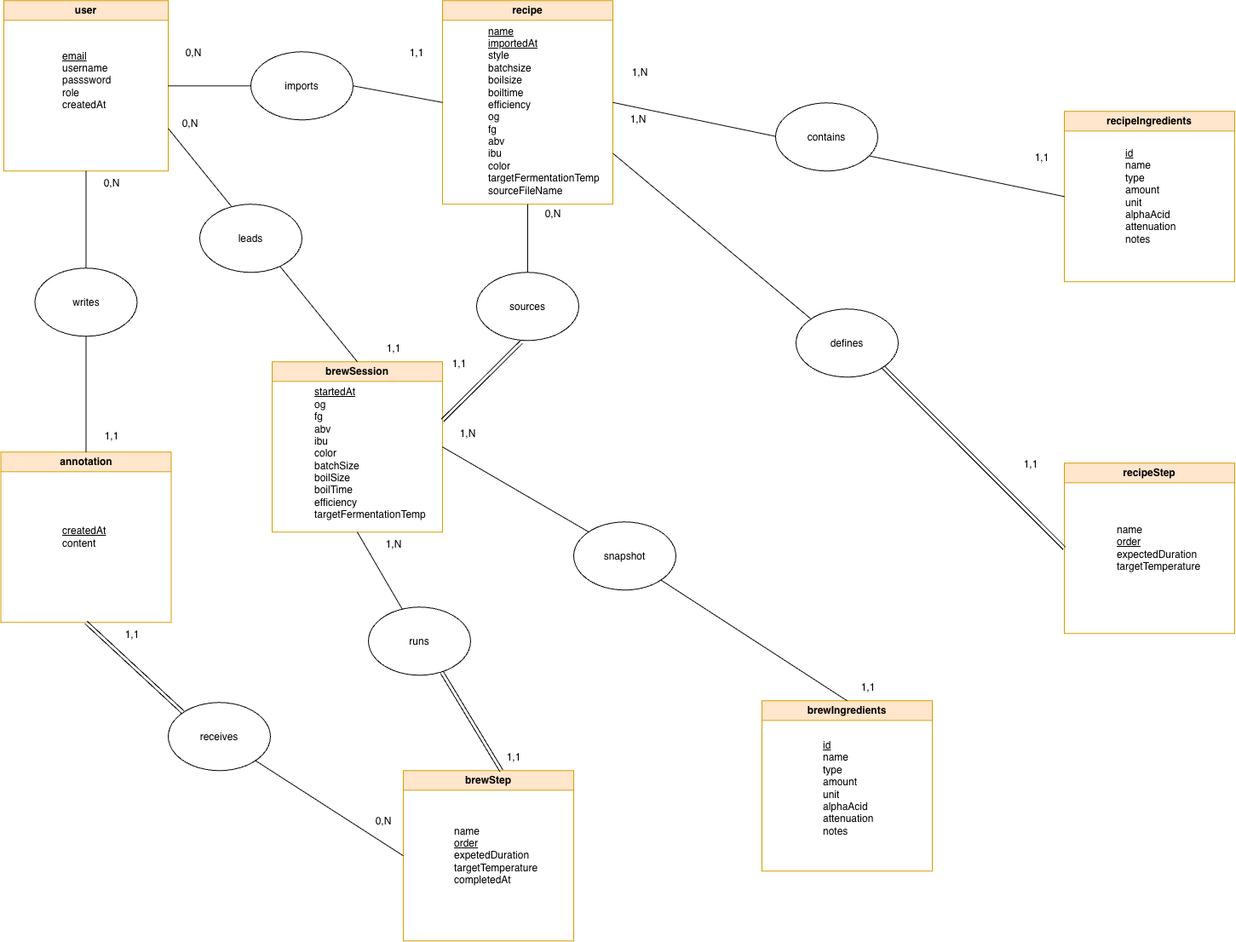
This is docs/diagrams/mcd.png from simplon-alt-dist-p7/micro-saass-simon, a draw.io export, as it was before one commit. Source tidied: cells renumbered, new cells last; positions are measured from the earlier drawing's top-left corner, leaving out a move shared by most shapes.
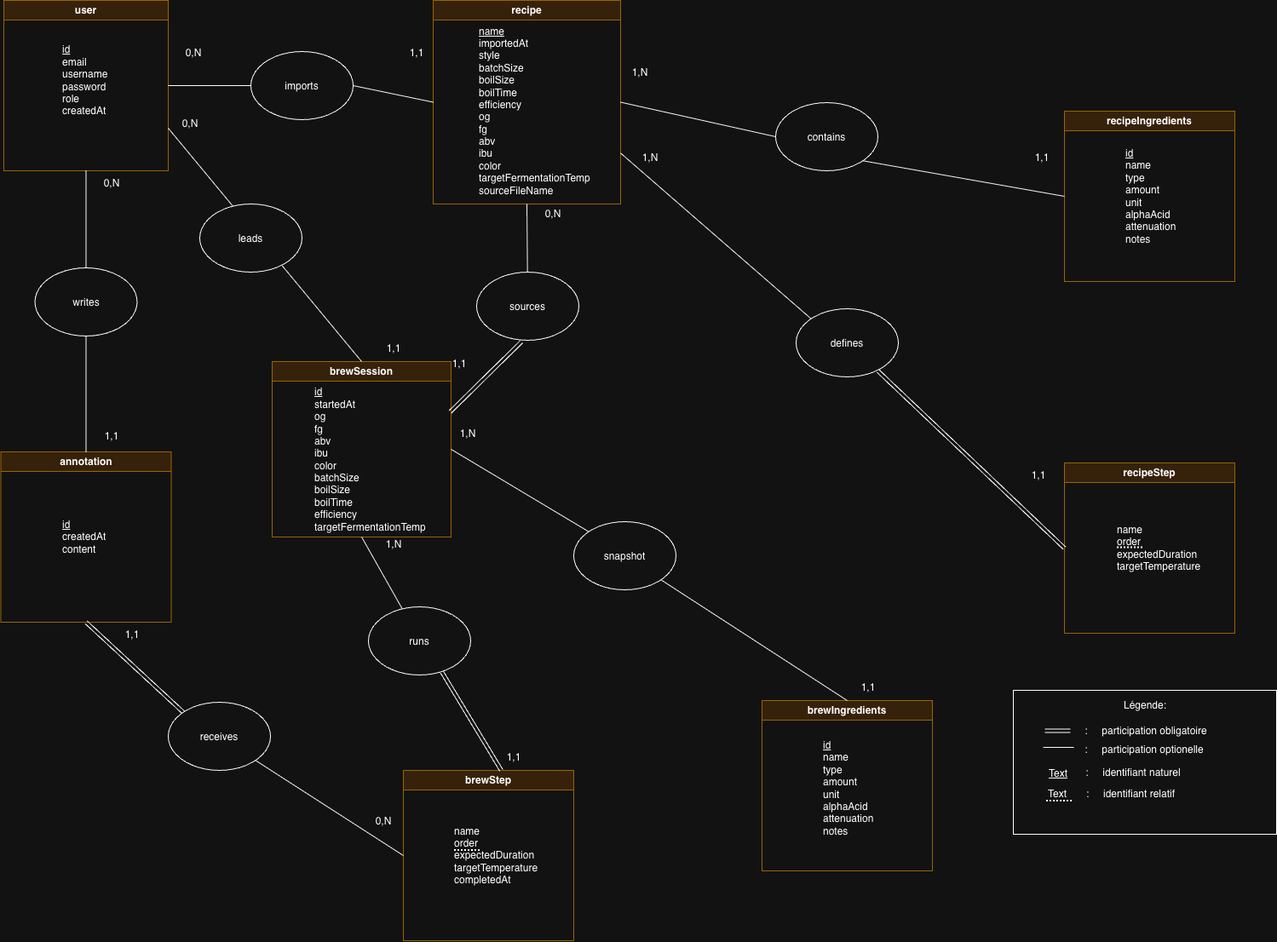
Later version of the same file.

Commit message:
docs: update MCD with identifiers and relative keys

The edit, as a diff of the source:
```diff
@@ -3,17 +3,17 @@
     <mxCell id="0" />
     <mxCell id="1" parent="0" />
     <mxCell id="2" value="recipe" style="swimlane;whiteSpace=wrap;html=1;fillColor=#ffe6cc;strokeColor=#d79b00;" parent="1" vertex="1">
-      <mxGeometry x="519" width="200" height="239" as="geometry" />
+      <mxGeometry x="508" width="220" height="239" as="geometry" />
     </mxCell>
-    <mxCell id="3" value="&lt;u&gt;name&lt;/u&gt;&lt;div&gt;&lt;div&gt;&lt;u&gt;importedAt&lt;/u&gt;&lt;/div&gt;&lt;div&gt;style&lt;/div&gt;&lt;div&gt;batchsize&lt;/div&gt;&lt;div&gt;boilsize&lt;/div&gt;&lt;div&gt;boiltime&lt;/div&gt;&lt;div&gt;efficiency&lt;/div&gt;&lt;div&gt;og&lt;/div&gt;&lt;div&gt;fg&lt;/div&gt;&lt;div&gt;abv&lt;/div&gt;&lt;div&gt;ibu&lt;/div&gt;&lt;div&gt;color&lt;/div&gt;&lt;div&gt;targetFermentationTemp&lt;/div&gt;&lt;div&gt;sourceFileName&lt;/div&gt;&lt;div&gt;&lt;br&gt;&lt;/div&gt;&lt;/div&gt;" style="text;html=1;whiteSpace=wrap;strokeColor=none;fillColor=none;align=left;verticalAlign=middle;rounded=0;" parent="2" vertex="1">
-      <mxGeometry x="52" y="122" width="60" height="30" as="geometry" />
-    </mxCell>
+    <mxCell id="60" value="&lt;u&gt;name&lt;/u&gt;&lt;div&gt;&lt;div&gt;importedAt&lt;/div&gt;&lt;div&gt;style&lt;/div&gt;&lt;div&gt;batchSize&lt;/div&gt;&lt;div&gt;boilSize&lt;/div&gt;&lt;div&gt;boilTime&lt;/div&gt;&lt;div&gt;efficiency&lt;/div&gt;&lt;div&gt;og&lt;/div&gt;&lt;div&gt;fg&lt;/div&gt;&lt;div&gt;abv&lt;/div&gt;&lt;div&gt;ibu&lt;/div&gt;&lt;div&gt;color&lt;/div&gt;&lt;div&gt;targetFermentationTemp&lt;/div&gt;&lt;div&gt;sourceFileName&lt;/div&gt;&lt;div&gt;&lt;br&gt;&lt;/div&gt;&lt;/div&gt;" style="text;html=1;whiteSpace=wrap;strokeColor=none;fillColor=none;align=left;verticalAlign=middle;rounded=0;" parent="2" vertex="1">
+      <mxGeometry x="52" y="122" width="159" height="30" as="geometry" />
+    </mxCell>
     <mxCell id="4" value="user" style="swimlane;whiteSpace=wrap;html=1;fillColor=#ffe6cc;strokeColor=#d79b00;" parent="1" vertex="1">
       <mxGeometry x="4" width="193" height="200" as="geometry" />
     </mxCell>
-    <mxCell id="5" value="&lt;u&gt;email&lt;/u&gt;&lt;div&gt;username&lt;/div&gt;&lt;div&gt;passsword&lt;/div&gt;&lt;div&gt;role&lt;/div&gt;&lt;div style=&quot;&quot;&gt;createdAt&lt;/div&gt;" style="text;html=1;whiteSpace=wrap;strokeColor=none;fillColor=none;align=left;verticalAlign=middle;rounded=0;" parent="4" vertex="1">
-      <mxGeometry x="66.5" y="79" width="60" height="30" as="geometry" />
-    </mxCell>
+    <mxCell id="61" value="&lt;div&gt;&lt;u&gt;id&lt;/u&gt;&lt;/div&gt;email&lt;div&gt;username&lt;/div&gt;&lt;div&gt;password&lt;/div&gt;&lt;div&gt;role&lt;/div&gt;&lt;div style=&quot;&quot;&gt;createdAt&lt;/div&gt;" style="text;html=1;whiteSpace=wrap;strokeColor=none;fillColor=none;align=left;verticalAlign=middle;rounded=0;" parent="4" vertex="1">
+      <mxGeometry x="66.5" y="79" width="60" height="30" as="geometry" />
+    </mxCell>
     <mxCell id="6" value="recipeIngredients" style="swimlane;whiteSpace=wrap;html=1;startSize=23;fillColor=#ffe6cc;strokeColor=#d79b00;" parent="1" vertex="1">
       <mxGeometry x="1249" y="130" width="200" height="200" as="geometry" />
     </mxCell>
@@ -23,27 +23,39 @@
     <mxCell id="8" value="recipeStep" style="swimlane;whiteSpace=wrap;html=1;startSize=23;fillColor=#ffe6cc;strokeColor=#d79b00;" parent="1" vertex="1">
       <mxGeometry x="1249" y="543" width="200" height="200" as="geometry" />
     </mxCell>
-    <mxCell id="9" value="&lt;div&gt;name&lt;/div&gt;&lt;u&gt;order&lt;/u&gt;&lt;div&gt;&lt;span style=&quot;background-color: transparent; color: light-dark(rgb(0, 0, 0), rgb(255, 255, 255));&quot;&gt;expectedDuration&lt;/span&gt;&lt;/div&gt;&lt;div&gt;targetTemperature&lt;/div&gt;" style="text;html=1;whiteSpace=wrap;strokeColor=none;fillColor=none;align=left;verticalAlign=middle;rounded=0;" parent="8" vertex="1">
+    <mxCell id="9" value="&lt;div&gt;name&lt;/div&gt;order&lt;div&gt;&lt;span style=&quot;background-color: transparent; color: light-dark(rgb(0, 0, 0), rgb(255, 255, 255));&quot;&gt;expectedDuration&lt;/span&gt;&lt;/div&gt;&lt;div&gt;targetTemperature&lt;/div&gt;" style="text;html=1;whiteSpace=wrap;strokeColor=none;fillColor=none;align=left;verticalAlign=middle;rounded=0;" parent="8" vertex="1">
       <mxGeometry x="60" y="85" width="60" height="30" as="geometry" />
     </mxCell>
+    <mxCell id="62" style="endArrow=none;dashed=1;html=1;strokeWidth=2;rounded=0;dashPattern=1 1;" parent="8" edge="1">
+      <mxGeometry relative="1" as="geometry">
+        <mxPoint x="62" y="99.5" as="sourcePoint" />
+        <mxPoint x="93" y="99.5" as="targetPoint" />
+      </mxGeometry>
+    </mxCell>
     <mxCell id="10" value="brewSession" style="swimlane;whiteSpace=wrap;html=1;startSize=23;fillColor=#ffe6cc;strokeColor=#d79b00;" parent="1" vertex="1">
-      <mxGeometry x="319" y="424" width="200" height="200" as="geometry" />
+      <mxGeometry x="319" y="424" width="210" height="206" as="geometry" />
     </mxCell>
-    <mxCell id="11" value="&lt;u&gt;startedAt&lt;/u&gt;&lt;div&gt;og&lt;/div&gt;&lt;div&gt;fg&lt;/div&gt;&lt;div&gt;abv&amp;nbsp;&lt;/div&gt;&lt;div&gt;ibu&lt;/div&gt;&lt;div&gt;color&lt;/div&gt;&lt;div&gt;batchSize&lt;/div&gt;&lt;div&gt;boilSize&lt;/div&gt;&lt;div&gt;boilTime&lt;/div&gt;&lt;div&gt;efficiency&lt;/div&gt;&lt;div&gt;targetFermentationTemp&lt;/div&gt;" style="text;html=1;whiteSpace=wrap;strokeColor=none;fillColor=none;align=left;verticalAlign=middle;rounded=0;" parent="10" vertex="1">
-      <mxGeometry x="48" y="93" width="60" height="30" as="geometry" />
-    </mxCell>
+    <mxCell id="63" value="&lt;div&gt;&lt;br&gt;&lt;/div&gt;&lt;div&gt;&lt;u&gt;id&lt;/u&gt;&lt;/div&gt;startedAt&lt;div&gt;og&lt;/div&gt;&lt;div&gt;fg&lt;/div&gt;&lt;div&gt;abv&amp;nbsp;&lt;/div&gt;&lt;div&gt;ibu&lt;/div&gt;&lt;div&gt;color&lt;/div&gt;&lt;div&gt;batchSize&lt;/div&gt;&lt;div&gt;boilSize&lt;/div&gt;&lt;div&gt;boilTime&lt;/div&gt;&lt;div&gt;efficiency&lt;/div&gt;&lt;div&gt;targetFermentationTemp&lt;/div&gt;" style="text;html=1;whiteSpace=wrap;strokeColor=none;fillColor=none;align=left;verticalAlign=middle;rounded=0;" parent="10" vertex="1">
+      <mxGeometry x="48" y="93" width="162" height="30" as="geometry" />
+    </mxCell>
     <mxCell id="12" value="brewStep" style="swimlane;whiteSpace=wrap;html=1;startSize=23;fillColor=#ffe6cc;strokeColor=#d79b00;" parent="1" vertex="1">
       <mxGeometry x="473" y="904" width="200" height="200" as="geometry" />
     </mxCell>
-    <mxCell id="13" value="name&amp;nbsp;&lt;div&gt;&lt;u&gt;order&lt;/u&gt;&lt;div&gt;expetedDuration&lt;/div&gt;&lt;div&gt;targetTemperature&lt;/div&gt;&lt;div&gt;completedAt&lt;/div&gt;&lt;/div&gt;" style="text;html=1;whiteSpace=wrap;strokeColor=none;fillColor=none;align=left;verticalAlign=middle;rounded=0;" parent="12" vertex="1">
-      <mxGeometry x="58" y="85" width="60" height="30" as="geometry" />
-    </mxCell>
+    <mxCell id="64" value="name&amp;nbsp;&lt;div&gt;order&lt;div&gt;expectedDuration&lt;/div&gt;&lt;div&gt;targetTemperature&lt;/div&gt;&lt;div&gt;completedAt&lt;/div&gt;&lt;/div&gt;" style="text;html=1;whiteSpace=wrap;strokeColor=none;fillColor=none;align=left;verticalAlign=middle;rounded=0;" parent="12" vertex="1">
+      <mxGeometry x="58" y="85" width="60" height="30" as="geometry" />
+    </mxCell>
+    <mxCell id="65" style="endArrow=none;dashed=1;html=1;strokeWidth=2;rounded=0;dashPattern=1 1;" parent="12" edge="1">
+      <mxGeometry relative="1" as="geometry">
+        <mxPoint x="60" y="94" as="sourcePoint" />
+        <mxPoint x="91" y="94" as="targetPoint" />
+      </mxGeometry>
+    </mxCell>
     <mxCell id="14" value="annotation" style="swimlane;whiteSpace=wrap;html=1;startSize=23;fillColor=#ffe6cc;strokeColor=#d79b00;" parent="1" vertex="1">
       <mxGeometry x="0.5" y="530" width="200" height="200" as="geometry" />
     </mxCell>
-    <mxCell id="15" value="&lt;div&gt;&lt;br&gt;&lt;/div&gt;&lt;u&gt;createdAt&lt;/u&gt; content&lt;div&gt;&lt;br&gt;&lt;/div&gt;" style="text;html=1;whiteSpace=wrap;strokeColor=none;fillColor=none;align=left;verticalAlign=middle;rounded=0;" parent="14" vertex="1">
-      <mxGeometry x="70" y="85" width="60" height="30" as="geometry" />
-    </mxCell>
+    <mxCell id="66" value="&lt;div&gt;&lt;br&gt;&lt;/div&gt;&lt;div&gt;&lt;u&gt;id&lt;/u&gt;&lt;/div&gt;createdAt content&lt;div&gt;&lt;br&gt;&lt;/div&gt;" style="text;html=1;whiteSpace=wrap;strokeColor=none;fillColor=none;align=left;verticalAlign=middle;rounded=0;" parent="14" vertex="1">
+      <mxGeometry x="70" y="85" width="60" height="30" as="geometry" />
+    </mxCell>
     <mxCell id="16" style="endArrow=none;html=1;rounded=0;exitX=1;exitY=0.5;exitDx=0;exitDy=0;entryX=0;entryY=0.5;entryDx=0;entryDy=0;" parent="1" edge="1" source="24" target="2">
       <mxGeometry relative="1" as="geometry" />
     </mxCell>
@@ -83,9 +95,6 @@
     <mxCell id="28" value="writes" style="ellipse;whiteSpace=wrap;html=1;shapeInside=1;" parent="1" vertex="1">
       <mxGeometry x="40.5" y="314" width="120" height="80" as="geometry" />
     </mxCell>
-    <mxCell id="29" style="endArrow=none;html=1;rounded=0;entryX=0;entryY=0.5;entryDx=0;entryDy=0;exitX=1;exitY=0.5;exitDx=0;exitDy=0;" parent="1" edge="1" source="2" target="6">
-      <mxGeometry relative="1" as="geometry" />
-    </mxCell>
     <mxCell id="30" value="contains" style="ellipse;whiteSpace=wrap;html=1;shapeInside=1;" parent="1" vertex="1">
       <mxGeometry x="910" y="120" width="120" height="80" as="geometry" />
     </mxCell>
@@ -123,10 +132,10 @@
       <mxGeometry x="559" y="319" width="120" height="80" as="geometry" />
     </mxCell>
     <mxCell id="42" value="1,1" style="text;html=1;whiteSpace=wrap;strokeColor=none;fillColor=none;align=center;verticalAlign=middle;rounded=0;" parent="1" vertex="1">
-      <mxGeometry x="1180" y="530" width="60" height="30" as="geometry" />
+      <mxGeometry x="1189" y="543" width="60" height="30" as="geometry" />
     </mxCell>
     <mxCell id="43" value="1,N" style="text;html=1;whiteSpace=wrap;strokeColor=none;fillColor=none;align=center;verticalAlign=middle;rounded=0;" parent="1" vertex="1">
-      <mxGeometry x="719" y="125" width="60" height="30" as="geometry" />
+      <mxGeometry x="733" y="170" width="60" height="30" as="geometry" />
     </mxCell>
     <mxCell id="44" value="0,N" style="text;html=1;whiteSpace=wrap;strokeColor=none;fillColor=none;align=center;verticalAlign=middle;rounded=0;" parent="1" vertex="1">
       <mxGeometry x="619" y="236" width="60" height="30" as="geometry" />
@@ -161,24 +170,69 @@
     <mxCell id="54" style="shape=link;html=1;rounded=0;exitX=0.5;exitY=1;exitDx=0;exitDy=0;entryX=0;entryY=0;entryDx=0;entryDy=0;" parent="1" edge="1" source="14" target="33">
       <mxGeometry relative="1" as="geometry" />
     </mxCell>
-    <mxCell id="55" style="shape=link;html=1;rounded=0;entryX=1;entryY=1;entryDx=0;entryDy=0;exitX=0;exitY=0.5;exitDx=0;exitDy=0;" parent="1" edge="1" source="8" target="40">
+    <mxCell id="55" style="shape=link;html=1;rounded=0;entryX=0.8;entryY=0.912;entryDx=0;entryDy=0;exitX=0;exitY=0.5;exitDx=0;exitDy=0;entryPerimeter=0;" parent="1" edge="1" source="8" target="40">
       <mxGeometry relative="1" as="geometry" />
     </mxCell>
     <mxCell id="56" style="shape=link;html=1;rounded=0;exitX=0.719;exitY=0.958;exitDx=0;exitDy=0;entryX=0.25;entryY=1;entryDx=0;entryDy=0;exitPerimeter=0;" parent="1" edge="1" source="35" target="48">
       <mxGeometry relative="1" as="geometry" />
     </mxCell>
-    <mxCell id="57" style="endArrow=none;html=1;rounded=0;entryX=0.5;entryY=1;entryDx=0;entryDy=0;" parent="1" edge="1" target="10">
-      <mxGeometry relative="1" as="geometry">
-        <mxPoint x="471.5" y="714" as="sourcePoint" />
-      </mxGeometry>
-    </mxCell>
-    <mxCell id="58" style="shape=link;html=1;rounded=0;entryX=0.439;entryY=1.021;entryDx=0;entryDy=0;entryPerimeter=0;" parent="1" edge="1" target="41">
-      <mxGeometry relative="1" as="geometry">
-        <mxPoint x="519" y="492.7" as="sourcePoint" />
-      </mxGeometry>
-    </mxCell>
+    <mxCell id="67" style="endArrow=none;html=1;rounded=0;entryX=0.5;entryY=1;entryDx=0;entryDy=0;" parent="1" edge="1" target="10">
+      <mxGeometry relative="1" as="geometry">
+        <mxPoint x="471.5" y="714" as="sourcePoint" />
+      </mxGeometry>
+    </mxCell>
+    <mxCell id="68" style="shape=link;html=1;rounded=0;entryX=0.439;entryY=1.021;entryDx=0;entryDy=0;entryPerimeter=0;" parent="1" edge="1" target="41">
+      <mxGeometry relative="1" as="geometry">
+        <mxPoint x="528" y="483" as="sourcePoint" />
+      </mxGeometry>
+    </mxCell>
     <mxCell id="59" style="endArrow=none;html=1;rounded=0;entryX=0.5;entryY=1;entryDx=0;entryDy=0;" parent="1" edge="1" source="41" target="2">
       <mxGeometry relative="1" as="geometry" />
     </mxCell>
+    <mxCell id="69" style="endArrow=none;html=1;rounded=0;entryX=0;entryY=0.5;entryDx=0;entryDy=0;exitX=1;exitY=1;exitDx=0;exitDy=0;" parent="1" edge="1" source="30" target="6">
+      <mxGeometry relative="1" as="geometry" />
+    </mxCell>
+    <mxCell id="70" style="endArrow=none;html=1;rounded=0;entryX=0;entryY=0.5;entryDx=0;entryDy=0;exitX=1;exitY=0.5;exitDx=0;exitDy=0;" parent="1" edge="1" source="2" target="30">
+      <mxGeometry relative="1" as="geometry" />
+    </mxCell>
+    <mxCell id="71" style="rounded=0;whiteSpace=wrap;html=1;" parent="1" vertex="1">
+      <mxGeometry x="1189" y="810" width="309" height="169" as="geometry" />
+    </mxCell>
+    <mxCell id="72" value="Légende:" style="text;html=1;whiteSpace=wrap;strokeColor=none;fillColor=none;align=center;verticalAlign=middle;rounded=0;" parent="1" vertex="1">
+      <mxGeometry x="1313.5" y="813" width="60" height="30" as="geometry" />
+    </mxCell>
+    <mxCell id="73" style="endArrow=none;dashed=1;html=1;strokeWidth=2;rounded=0;dashPattern=1 1;" parent="1" edge="1">
+      <mxGeometry relative="1" as="geometry">
+        <mxPoint x="1228" y="940" as="sourcePoint" />
+        <mxPoint x="1259" y="940" as="targetPoint" />
+      </mxGeometry>
+    </mxCell>
+    <mxCell id="74" style="shape=link;html=1;rounded=0;" parent="1" edge="1">
+      <mxGeometry relative="1" as="geometry">
+        <mxPoint x="1256" y="857.5" as="sourcePoint" />
+        <mxPoint x="1226" y="857.5" as="targetPoint" />
+      </mxGeometry>
+    </mxCell>
+    <mxCell id="75" value="Text" style="text;html=1;whiteSpace=wrap;strokeColor=none;fillColor=none;align=center;verticalAlign=middle;rounded=0;" parent="1" vertex="1">
+      <mxGeometry x="1211" y="917" width="60" height="30" as="geometry" />
+    </mxCell>
+    <mxCell id="76" value="&lt;u&gt;Text&lt;/u&gt;" style="text;html=1;whiteSpace=wrap;strokeColor=none;fillColor=none;align=center;verticalAlign=middle;rounded=0;" parent="1" vertex="1">
+      <mxGeometry x="1212" y="893" width="60" height="30" as="geometry" />
+    </mxCell>
+    <mxCell id="77" value=":&amp;nbsp; &amp;nbsp; &amp;nbsp;identifiant naturel" style="text;html=1;whiteSpace=wrap;strokeColor=none;fillColor=none;align=center;verticalAlign=middle;rounded=0;" parent="1" vertex="1">
+      <mxGeometry x="1270" y="892" width="120" height="30" as="geometry" />
+    </mxCell>
+    <mxCell id="78" value=":&amp;nbsp; &amp;nbsp; &amp;nbsp;identifiant relatif" style="text;html=1;whiteSpace=wrap;strokeColor=none;fillColor=none;align=center;verticalAlign=middle;rounded=0;" parent="1" vertex="1">
+      <mxGeometry x="1267" y="917" width="120" height="30" as="geometry" />
+    </mxCell>
+    <mxCell id="79" value=":&amp;nbsp; &amp;nbsp; &amp;nbsp;participation obligatoire" style="text;html=1;whiteSpace=wrap;strokeColor=none;fillColor=none;align=center;verticalAlign=middle;rounded=0;" parent="1" vertex="1">
+      <mxGeometry x="1272" y="843" width="146" height="30" as="geometry" />
+    </mxCell>
+    <mxCell id="80" style="line;strokeWidth=1;fillColor=none;align=left;verticalAlign=middle;spacingTop=-1;spacingLeft=3;spacingRight=3;labelPosition=right;strokeColor=inherit;" parent="1" vertex="1">
+      <mxGeometry x="1224" y="873" width="36" height="8" as="geometry" />
+    </mxCell>
+    <mxCell id="81" value=":&amp;nbsp; &amp;nbsp; &amp;nbsp;participation optionelle" style="text;html=1;whiteSpace=wrap;strokeColor=none;fillColor=none;align=center;verticalAlign=middle;rounded=0;" parent="1" vertex="1">
+      <mxGeometry x="1269.5" y="865" width="146" height="30" as="geometry" />
+    </mxCell>
   </root>
 </mxGraphModel>
```
